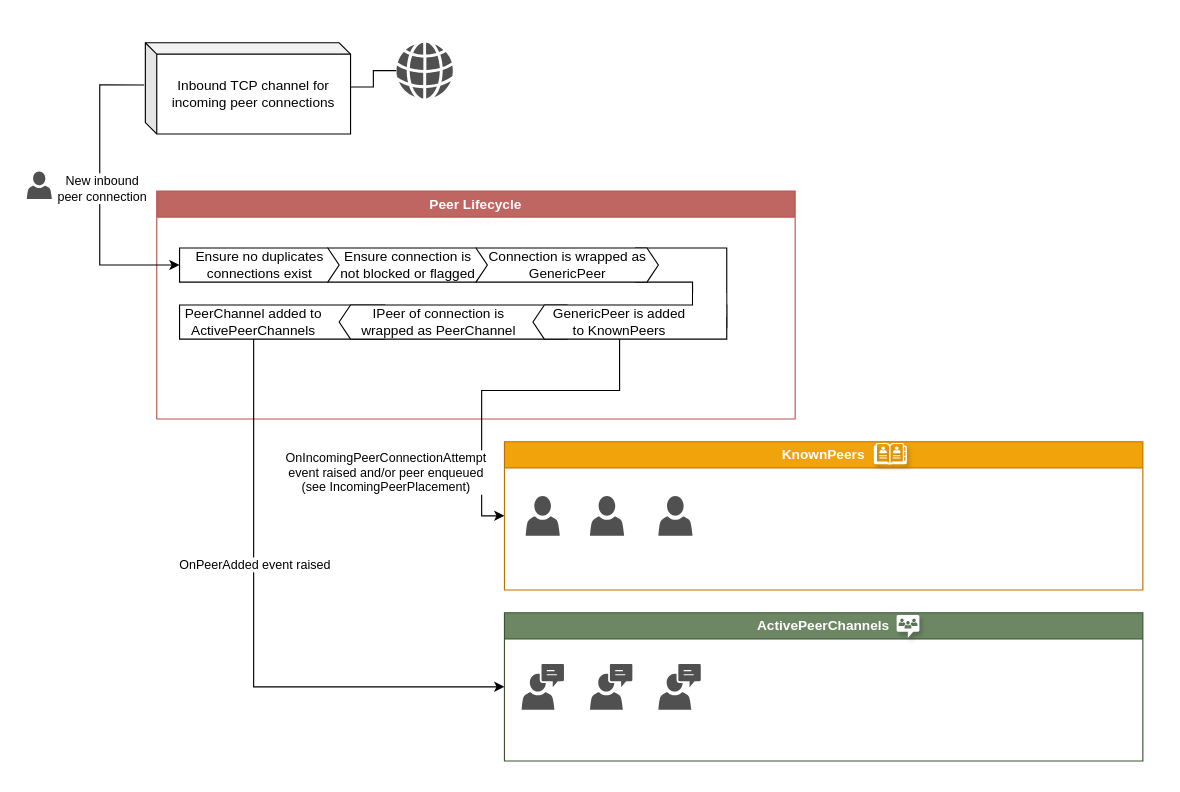
Above: misc/diagrams/peerlifecycle.drawio in realChrisDeBon/P2PNet (draw.io), before the change. Source tidied: cells renumbered, new cells numbered last; positions are measured from the earlier drawing's top-left corner, leaving out a move shared by most shapes. Both pictures are drawn from the tidied source at 114%, with x=0, y=0 at pixel (26, 42).
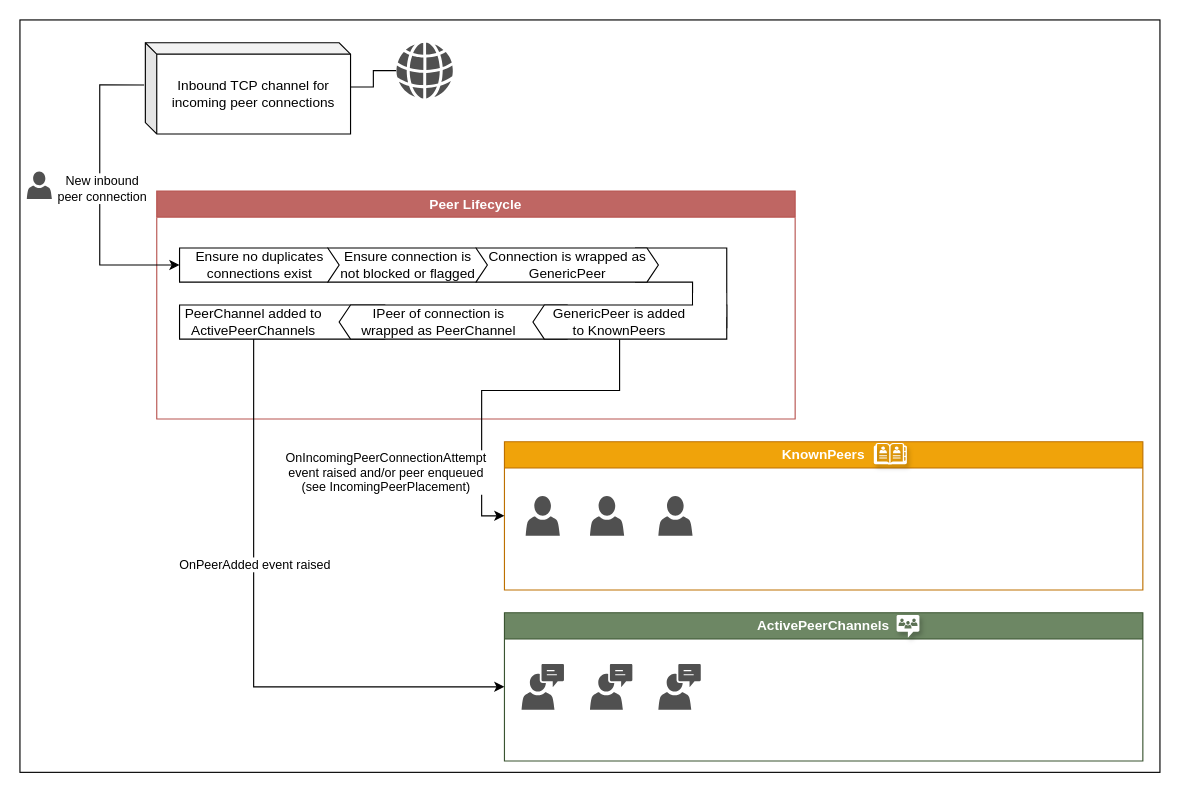
After the change.

Change to the diagram source:
```diff
@@
+    <mxCell id="34" style="rounded=0;whiteSpace=wrap;html=1;" parent="1" vertex="1">
+      <mxGeometry x="-6" y="-20" width="1000" height="660" as="geometry" />
+    </mxCell>
```
